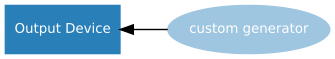
Above: docs/images/source_values/custom_generator.png in gpiozero/gpiozero (Graphviz), before the change. Its source is kept beside it as docs/images/source_values/custom_generator.dot. The source it was exported from:
```dot
/* vim: set et sw=4 sts=4: */

digraph {
    graph [rankdir=RL];
    edge [arrowhead=normal, style=solid];

    /* Devices */
    node [shape=rect, style=filled, color="#2980b9", fontname=Sans, fontcolor="#ffffff", fontsize=10];

    output [label="Output Device"]

    /* functions */
    node [shape=oval, style=filled, color="#9ec6e0", fontcolor="#ffffff"];

    gen [label="custom generator"]

    gen -> output;
}
```
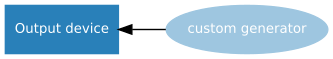
Above is the later version.

Diff of the diagram source:
```diff
@@ -7,7 +7,7 @@
     /* Devices */
     node [shape=rect, style=filled, color="#2980b9", fontname=Sans, fontcolor="#ffffff", fontsize=10];
 
-    output [label="Output Device"]
+    output [label="Output device"]
 
     /* functions */
     node [shape=oval, style=filled, color="#9ec6e0", fontcolor="#ffffff"];
```
